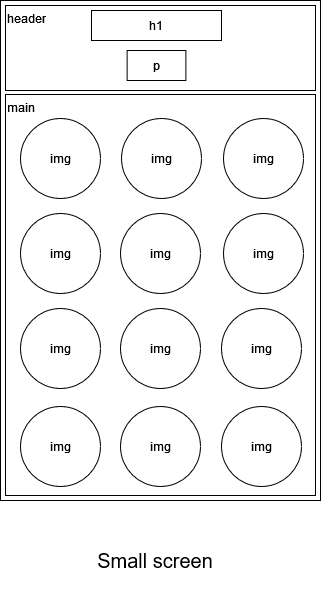
This is doc/Wireframe & functional tree diagram/small_screen.drawio.png from Nana-fr/Memory_Game, a draw.io export, as it was before one commit. Source tidied: cells renumbered, new cells last; positions are measured from the earlier drawing's top-left corner, leaving out a move shared by most shapes.
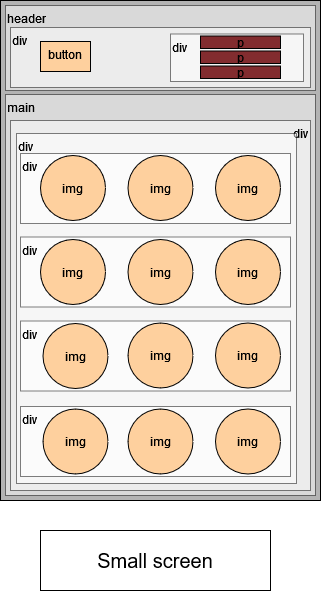
After the commit.

Diff of the diagram source:
```diff
@@ -2,59 +2,89 @@
   <root>
     <mxCell id="0" />
     <mxCell id="1" parent="0" />
-    <mxCell id="2" style="rounded=0;whiteSpace=wrap;html=1;fillColor=default;strokeColor=default;fontColor=default;" parent="1" vertex="1">
+    <mxCell id="2" style="rounded=0;whiteSpace=wrap;html=1;fillColor=#B3B3B3;strokeColor=default;fontColor=default;gradientDirection=north;" parent="1" vertex="1">
       <mxGeometry width="320" height="500" as="geometry" />
     </mxCell>
-    <mxCell id="3" value="header" style="rounded=0;whiteSpace=wrap;html=1;fontColor=default;strokeColor=default;fillColor=default;align=left;verticalAlign=top;" parent="1" vertex="1">
+    <mxCell id="3" value="header" style="rounded=0;whiteSpace=wrap;html=1;fontColor=default;strokeColor=default;fillColor=default;align=left;verticalAlign=top;opacity=50;" parent="1" vertex="1">
       <mxGeometry x="5" y="5" width="310" height="85" as="geometry" />
     </mxCell>
-    <mxCell id="4" value="main" style="rounded=0;whiteSpace=wrap;html=1;fontColor=default;strokeColor=default;fillColor=default;align=left;verticalAlign=top;" parent="1" vertex="1">
+    <mxCell id="4" value="main" style="rounded=0;whiteSpace=wrap;html=1;fontColor=default;strokeColor=default;fillColor=default;align=left;verticalAlign=top;opacity=50;" parent="1" vertex="1">
       <mxGeometry x="5" y="94" width="310" height="401" as="geometry" />
     </mxCell>
-    <mxCell id="5" value="h1" style="rounded=0;whiteSpace=wrap;html=1;fontColor=default;strokeColor=default;fillColor=default;" parent="1" vertex="1">
-      <mxGeometry x="91" y="10" width="130" height="30" as="geometry" />
+    <mxCell id="5" value="&lt;div align=&quot;left&quot;&gt;div&lt;/div&gt;" style="rounded=0;whiteSpace=wrap;html=1;fontColor=default;strokeColor=default;fillColor=default;align=left;verticalAlign=top;opacity=50;" parent="1" vertex="1">
+      <mxGeometry x="10" y="27" width="300" height="60" as="geometry" />
     </mxCell>
-    <mxCell id="6" value="p" style="rounded=0;whiteSpace=wrap;html=1;fontColor=default;strokeColor=default;fillColor=default;" parent="1" vertex="1">
-      <mxGeometry x="126.6" y="50" width="58.8" height="30" as="geometry" />
+    <mxCell id="6" value="div" style="rounded=0;whiteSpace=wrap;html=1;fontColor=default;strokeColor=default;fillColor=default;align=left;verticalAlign=top;opacity=50;" parent="1" vertex="1">
+      <mxGeometry x="170" y="33.5" width="133" height="47.5" as="geometry" />
     </mxCell>
+    <mxCell id="18" value="Small screen" style="rounded=0;whiteSpace=wrap;html=1;fillColor=none;align=center;verticalAlign=middle;fontSize=20;" parent="1" vertex="1">
+      <mxGeometry x="40" y="530" width="230" height="60" as="geometry" />
+    </mxCell>
+    <mxCell id="20" value="&lt;div align=&quot;center&quot;&gt;button&lt;/div&gt;" style="rounded=0;whiteSpace=wrap;html=1;align=center;verticalAlign=top;fillColor=#fed09e;" parent="1" vertex="1">
+      <mxGeometry x="40" y="41" width="50" height="30" as="geometry" />
+    </mxCell>
+    <mxCell id="21" value="&lt;div&gt;p&lt;/div&gt;" style="rounded=0;whiteSpace=wrap;html=1;align=center;verticalAlign=middle;fillColor=#822c2f;" parent="1" vertex="1">
+      <mxGeometry x="200" y="35.5" width="80" height="12.5" as="geometry" />
+    </mxCell>
+    <mxCell id="22" value="&lt;div&gt;p&lt;/div&gt;" style="rounded=0;whiteSpace=wrap;html=1;align=center;verticalAlign=middle;fillColor=#822c2f;" parent="1" vertex="1">
+      <mxGeometry x="200" y="50.5" width="80" height="12.5" as="geometry" />
+    </mxCell>
+    <mxCell id="23" value="&lt;div&gt;p&lt;/div&gt;" style="rounded=0;whiteSpace=wrap;html=1;align=center;verticalAlign=middle;fillColor=#822c2f;" parent="1" vertex="1">
+      <mxGeometry x="200" y="65.5" width="80" height="12.5" as="geometry" />
+    </mxCell>
+    <mxCell id="24" value="div" style="rounded=0;whiteSpace=wrap;html=1;align=right;verticalAlign=top;labelPosition=center;verticalLabelPosition=middle;opacity=50;" parent="1" vertex="1">
+      <mxGeometry x="10" y="120" width="300" height="370" as="geometry" />
+    </mxCell>
+    <mxCell id="25" value="div" style="rounded=0;whiteSpace=wrap;html=1;align=left;verticalAlign=top;opacity=50;" parent="1" vertex="1">
+      <mxGeometry x="16" y="133" width="280" height="350" as="geometry" />
+    </mxCell>
+    <mxCell id="26" value="&lt;div align=&quot;left&quot;&gt;div&lt;/div&gt;" style="rounded=0;whiteSpace=wrap;html=1;align=left;verticalAlign=top;opacity=50;" parent="1" vertex="1">
+      <mxGeometry x="20" y="153" width="270" height="70" as="geometry" />
+    </mxCell>
+    <mxCell id="9" value="img" style="ellipse;whiteSpace=wrap;html=1;fontColor=default;strokeColor=default;fillColor=#FED09E;" parent="1" vertex="1">
+      <mxGeometry x="215" y="155" width="65" height="65" as="geometry" />
+    </mxCell>
+    <mxCell id="8" value="img" style="ellipse;whiteSpace=wrap;html=1;fontColor=default;strokeColor=default;fillColor=#FED09E;" parent="1" vertex="1">
+      <mxGeometry x="127.5" y="155" width="65" height="65" as="geometry" />
+    </mxCell>
-    <mxCell id="7" value="img" style="ellipse;whiteSpace=wrap;html=1;fontColor=default;strokeColor=default;fillColor=default;" parent="1" vertex="1">
-      <mxGeometry x="20" y="118" width="80" height="80" as="geometry" />
+    <mxCell id="7" value="img" style="ellipse;whiteSpace=wrap;html=1;fontColor=default;strokeColor=default;fillColor=#FED09E;" parent="1" vertex="1">
+      <mxGeometry x="40" y="155" width="65" height="65" as="geometry" />
     </mxCell>
-    <mxCell id="8" value="img" style="ellipse;whiteSpace=wrap;html=1;fontColor=default;strokeColor=default;fillColor=default;" parent="1" vertex="1">
-      <mxGeometry x="121" y="118" width="80" height="80" as="geometry" />
-    </mxCell>
-    <mxCell id="9" value="img" style="ellipse;whiteSpace=wrap;html=1;fontColor=default;strokeColor=default;fillColor=default;" parent="1" vertex="1">
-      <mxGeometry x="223" y="118" width="80" height="80" as="geometry" />
-    </mxCell>
+    <mxCell id="27" value="&lt;div align=&quot;left&quot;&gt;div&lt;/div&gt;" style="rounded=0;whiteSpace=wrap;html=1;align=left;verticalAlign=top;opacity=50;" parent="1" vertex="1">
+      <mxGeometry x="20" y="236.5" width="270" height="70" as="geometry" />
+    </mxCell>
-    <mxCell id="10" value="img" style="ellipse;whiteSpace=wrap;html=1;fontColor=default;strokeColor=default;fillColor=default;" parent="1" vertex="1">
-      <mxGeometry x="20" y="213" width="80" height="80" as="geometry" />
+    <mxCell id="10" value="img" style="ellipse;whiteSpace=wrap;html=1;fontColor=default;strokeColor=default;fillColor=#FED09E;" parent="1" vertex="1">
+      <mxGeometry x="40" y="239" width="65" height="65" as="geometry" />
     </mxCell>
+    <mxCell id="13" value="img" style="ellipse;whiteSpace=wrap;html=1;fontColor=default;strokeColor=default;fillColor=#FED09E;" parent="1" vertex="1">
+      <mxGeometry x="127.5" y="239" width="65" height="65" as="geometry" />
+    </mxCell>
+    <mxCell id="19" value="img" style="ellipse;whiteSpace=wrap;html=1;fontColor=default;strokeColor=default;fillColor=#FED09E;" parent="1" vertex="1">
+      <mxGeometry x="215" y="239" width="65" height="65" as="geometry" />
+    </mxCell>
+    <mxCell id="28" value="&lt;div align=&quot;left&quot;&gt;div&lt;/div&gt;" style="rounded=0;whiteSpace=wrap;html=1;align=left;verticalAlign=top;opacity=50;" parent="1" vertex="1">
+      <mxGeometry x="20" y="320.5" width="270" height="70" as="geometry" />
+    </mxCell>
-    <mxCell id="11" value="img" style="ellipse;whiteSpace=wrap;html=1;fontColor=default;strokeColor=default;fillColor=default;" parent="1" vertex="1">
-      <mxGeometry x="20" y="308" width="80" height="80" as="geometry" />
+    <mxCell id="11" value="img" style="ellipse;whiteSpace=wrap;html=1;fontColor=default;strokeColor=default;fillColor=#FED09E;" parent="1" vertex="1">
+      <mxGeometry x="42.5" y="323" width="65" height="65" as="geometry" />
     </mxCell>
-    <mxCell id="12" value="img" style="ellipse;whiteSpace=wrap;html=1;fontColor=default;strokeColor=default;fillColor=default;" parent="1" vertex="1">
-      <mxGeometry x="20" y="406" width="80" height="80" as="geometry" />
-    </mxCell>
-    <mxCell id="13" value="img" style="ellipse;whiteSpace=wrap;html=1;fontColor=default;strokeColor=default;fillColor=default;" parent="1" vertex="1">
-      <mxGeometry x="120" y="213" width="80" height="80" as="geometry" />
-    </mxCell>
-    <mxCell id="14" value="img" style="ellipse;whiteSpace=wrap;html=1;fontColor=default;strokeColor=default;fillColor=default;" parent="1" vertex="1">
-      <mxGeometry x="120" y="308" width="80" height="80" as="geometry" />
+    <mxCell id="14" value="img" style="ellipse;whiteSpace=wrap;html=1;fontColor=default;strokeColor=default;fillColor=#FED09E;" parent="1" vertex="1">
+      <mxGeometry x="127.5" y="322.5" width="65" height="65" as="geometry" />
     </mxCell>
-    <mxCell id="15" value="img" style="ellipse;whiteSpace=wrap;html=1;fontColor=default;strokeColor=default;fillColor=default;" parent="1" vertex="1">
-      <mxGeometry x="221" y="308" width="80" height="80" as="geometry" />
+    <mxCell id="15" value="img" style="ellipse;whiteSpace=wrap;html=1;fontColor=default;strokeColor=default;fillColor=#FED09E;" parent="1" vertex="1">
+      <mxGeometry x="215" y="322.5" width="65" height="65" as="geometry" />
     </mxCell>
+    <mxCell id="29" value="&lt;div align=&quot;left&quot;&gt;div&lt;/div&gt;" style="rounded=0;whiteSpace=wrap;html=1;align=left;verticalAlign=top;opacity=50;" parent="1" vertex="1">
+      <mxGeometry x="20" y="406" width="270" height="70" as="geometry" />
+    </mxCell>
+    <mxCell id="12" value="img" style="ellipse;whiteSpace=wrap;html=1;fontColor=default;strokeColor=default;fillColor=#FED09E;" parent="1" vertex="1">
+      <mxGeometry x="42.5" y="408.5" width="65" height="65" as="geometry" />
+    </mxCell>
-    <mxCell id="16" value="img" style="ellipse;whiteSpace=wrap;html=1;fontColor=default;strokeColor=default;fillColor=default;" parent="1" vertex="1">
-      <mxGeometry x="120" y="406" width="80" height="80" as="geometry" />
+    <mxCell id="16" value="img" style="ellipse;whiteSpace=wrap;html=1;fontColor=default;strokeColor=default;fillColor=#FED09E;" parent="1" vertex="1">
+      <mxGeometry x="127.5" y="408.5" width="65" height="65" as="geometry" />
     </mxCell>
-    <mxCell id="17" value="img" style="ellipse;whiteSpace=wrap;html=1;fontColor=default;strokeColor=default;fillColor=default;" parent="1" vertex="1">
-      <mxGeometry x="221" y="406" width="80" height="80" as="geometry" />
+    <mxCell id="17" value="img" style="ellipse;whiteSpace=wrap;html=1;fontColor=default;strokeColor=default;fillColor=#FED09E;" parent="1" vertex="1">
+      <mxGeometry x="215" y="408.5" width="65" height="65" as="geometry" />
     </mxCell>
-    <mxCell id="18" value="Small screen" style="rounded=0;whiteSpace=wrap;html=1;fontColor=default;strokeColor=none;fillColor=default;align=center;verticalAlign=middle;fontSize=20;" parent="1" vertex="1">
-      <mxGeometry x="40" y="530" width="230" height="60" as="geometry" />
-    </mxCell>
-    <mxCell id="19" value="img" style="ellipse;whiteSpace=wrap;html=1;fontColor=default;strokeColor=default;fillColor=default;" parent="1" vertex="1">
-      <mxGeometry x="223" y="213" width="80" height="80" as="geometry" />
-    </mxCell>
   </root>
 </mxGraphModel>
```
